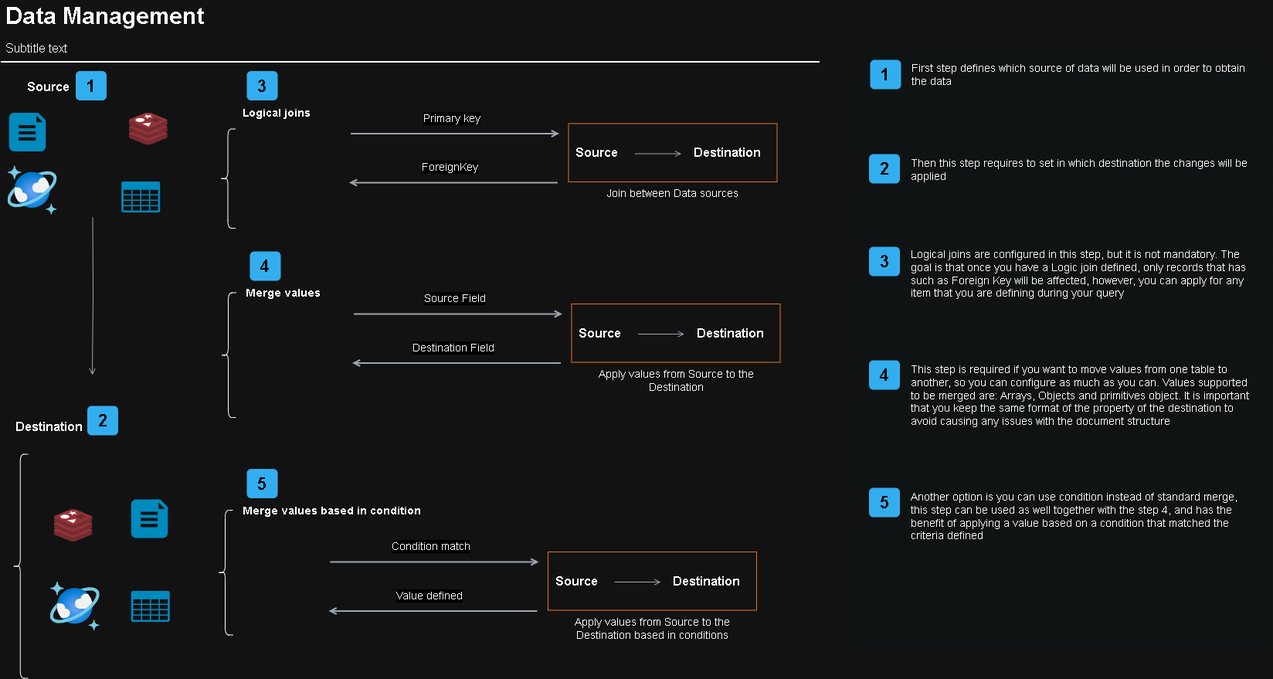
Before: diagram.png, a diagram exported from draw.io (AlexandreYembo/DataManager). Source tidied: cells renumbered, new cells last; positions are measured from the earlier drawing's top-left corner, leaving out a move shared by most shapes.
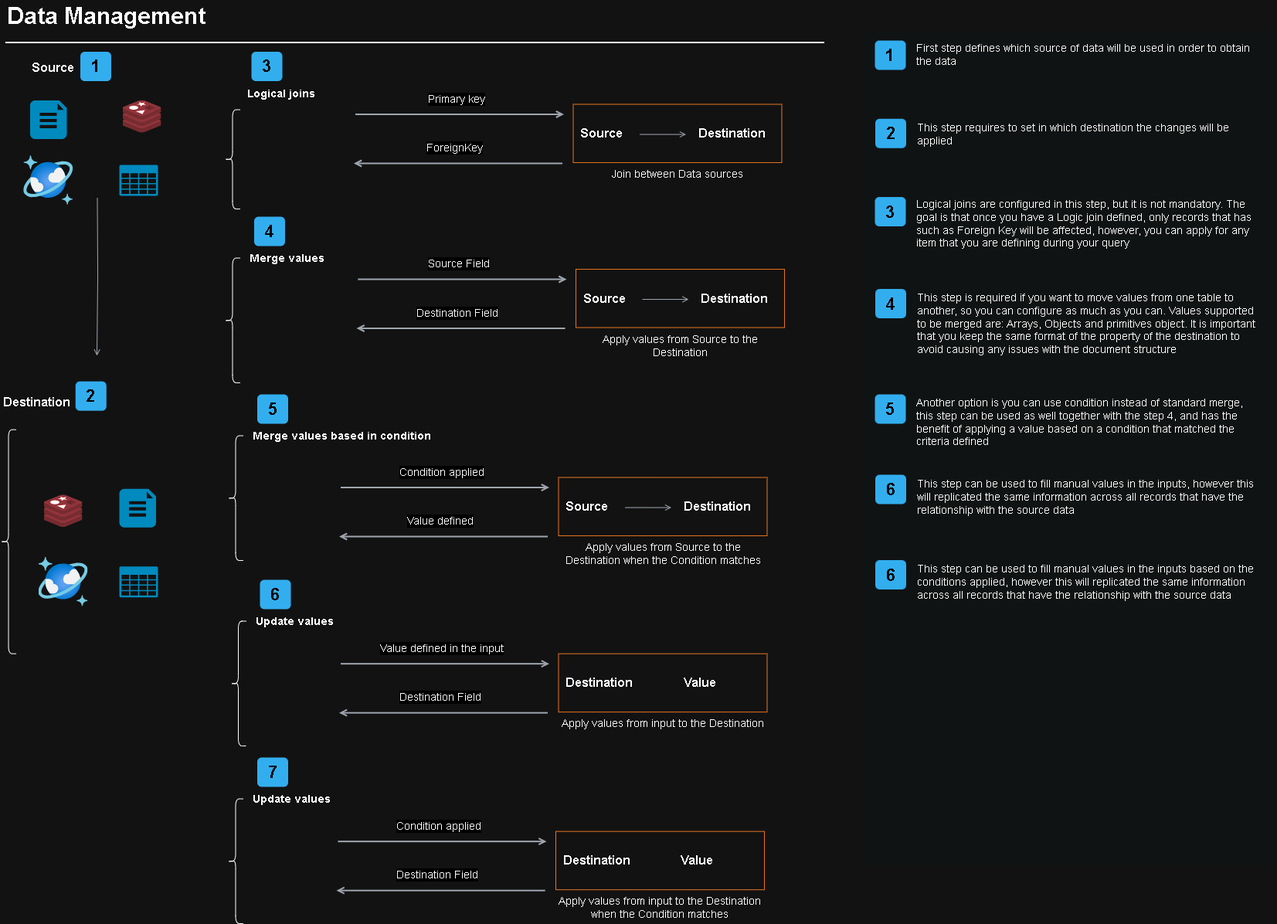
Above is the later version.

Diff of the diagram source:
```diff
@@ -20,7 +20,4 @@
     <mxCell id="7" value="Data Management" style="text;html=1;align=left;verticalAlign=top;spacingTop=-4;fontSize=30;fontStyle=1;" parent="1" vertex="1">
-      <mxGeometry x="4.5" y="0.5" width="280" height="40" as="geometry" />
+      <mxGeometry x="1" y="26" width="280" height="40" as="geometry" />
     </mxCell>
-    <mxCell id="8" value="Subtitle text&lt;br style=&quot;font-size: 16px&quot;&gt;" style="text;html=1;align=left;verticalAlign=top;spacingTop=-4;fontSize=16;" parent="1" vertex="1">
-      <mxGeometry x="4.5" y="50.5" width="100" height="20" as="geometry" />
-    </mxCell>
     <mxCell id="9" value="Source" style="text;html=1;align=left;verticalAlign=top;spacingTop=-4;fontSize=16;fontStyle=1;" parent="1" vertex="1">
@@ -56,6 +53,6 @@
     <mxCell id="16" value="Destination" style="text;html=1;align=left;verticalAlign=top;spacingTop=-4;fontSize=16;fontStyle=1;" parent="1" vertex="1">
-      <mxGeometry x="17.5" y="541" width="110" height="30" as="geometry" />
+      <mxGeometry x="-3.8" y="534.2" width="110" height="30" as="geometry" />
     </mxCell>
     <mxCell id="17" style="shape=curlyBracket;whiteSpace=wrap;html=1;rounded=1;fontSize=14;" parent="1" vertex="1">
-      <mxGeometry x="15.8" y="588.5" width="20" height="290" as="geometry" />
+      <mxGeometry x="-5.5" y="581.7" width="20" height="290" as="geometry" />
     </mxCell>
@@ -68,3 +65,3 @@
     <mxCell id="19" style="rounded=0;whiteSpace=wrap;html=1;fillColor=#EAEDED;fontSize=22;fontColor=#FFFFFF;strokeColor=none;labelBackgroundColor=none;" parent="1" vertex="1">
-      <mxGeometry x="1108" y="66" width="539" height="770" as="geometry" />
+      <mxGeometry x="1108" y="66" width="539" height="1080" as="geometry" />
     </mxCell>
@@ -74,9 +71,9 @@
     <mxCell id="21" value="2" style="rounded=1;whiteSpace=wrap;html=1;fillColor=#007CBD;strokeColor=none;fontColor=#FFFFFF;fontStyle=1;fontSize=22;labelBackgroundColor=none;" parent="1" vertex="1">
-      <mxGeometry x="1124.5" y="200" width="40" height="38" as="geometry" />
+      <mxGeometry x="1126.5" y="179.2" width="40" height="38" as="geometry" />
     </mxCell>
     <mxCell id="22" value="3" style="rounded=1;whiteSpace=wrap;html=1;fillColor=#007CBD;strokeColor=none;fontColor=#FFFFFF;fontStyle=1;fontSize=22;labelBackgroundColor=none;" parent="1" vertex="1">
-      <mxGeometry x="1124.5" y="320" width="40" height="38" as="geometry" />
+      <mxGeometry x="1126" y="280.5" width="40" height="38" as="geometry" />
     </mxCell>
     <mxCell id="23" value="4" style="rounded=1;whiteSpace=wrap;html=1;fillColor=#007CBD;strokeColor=none;fontColor=#FFFFFF;fontStyle=1;fontSize=22;labelBackgroundColor=none;" parent="1" vertex="1">
-      <mxGeometry x="1124.5" y="467" width="40" height="38" as="geometry" />
+      <mxGeometry x="1126.5" y="399.5" width="40" height="38" as="geometry" />
     </mxCell>
@@ -85,40 +82,40 @@
     </mxCell>
-    <mxCell id="25" value="&lt;span&gt;Then this step requires to set in which destination the changes will be applied&lt;/span&gt;" style="text;html=1;align=left;verticalAlign=top;spacingTop=-4;fontSize=14;labelBackgroundColor=none;whiteSpace=wrap;" parent="1" vertex="1">
-      <mxGeometry x="1176.5" y="200.5" width="450" height="34.5" as="geometry" />
+    <mxCell id="25" value="&lt;span&gt;This step requires to set in which destination the changes will be applied&lt;/span&gt;" style="text;html=1;align=left;verticalAlign=top;spacingTop=-4;fontSize=14;labelBackgroundColor=none;whiteSpace=wrap;" parent="1" vertex="1">
+      <mxGeometry x="1178.5" y="179.8" width="450" height="34.5" as="geometry" />
     </mxCell>
     <mxCell id="26" value="&lt;span&gt;Logical joins are configured in this step, but it is not mandatory. The goal is that once you have a Logic join defined, only records that has such as Foreign Key will be affected, however, you can apply for any item that you are defining during your query&lt;/span&gt;" style="text;html=1;align=left;verticalAlign=top;spacingTop=-4;fontSize=14;labelBackgroundColor=none;whiteSpace=wrap;" parent="1" vertex="1">
-      <mxGeometry x="1176.5" y="318.5" width="450" height="76.5" as="geometry" />
+      <mxGeometry x="1178" y="279" width="450" height="76.5" as="geometry" />
     </mxCell>
     <mxCell id="27" value="This step is required if you want to move values from one table to another, so you can configure as much as you can. Values supported to be merged are: Arrays, Objects and primitives object. It is important that you keep the same format of the property of the destination to avoid causing any issues with the document structure" style="text;html=1;align=left;verticalAlign=top;spacingTop=-4;fontSize=14;labelBackgroundColor=none;whiteSpace=wrap;" parent="1" vertex="1">
-      <mxGeometry x="1176.5" y="467.5" width="450" height="121" as="geometry" />
+      <mxGeometry x="1178.5" y="400" width="450" height="106" as="geometry" />
     </mxCell>
     <mxCell id="28" style="verticalLabelPosition=bottom;html=1;verticalAlign=top;align=center;strokeColor=none;fillColor=#00BEF2;shape=mxgraph.azure.file_2;" parent="1" vertex="1">
-      <mxGeometry x="11.2" y="146.5" width="47.5" height="50" as="geometry" />
+      <mxGeometry x="32.5" y="155.5" width="47.5" height="50" as="geometry" />
     </mxCell>
     <mxCell id="29" style="image;html=1;align=center;fontSize=12;image=img/lib/azure2/databases/Azure_Cosmos_DB.svg;" parent="1" vertex="1">
-      <mxGeometry x="9.5" y="215" width="64" height="64" as="geometry" />
+      <mxGeometry x="24.2" y="227" width="64" height="64" as="geometry" />
     </mxCell>
     <mxCell id="30" style="verticalLabelPosition=bottom;html=1;verticalAlign=top;align=center;strokeColor=none;fillColor=#00BEF2;shape=mxgraph.azure.storage;" parent="1" vertex="1">
-      <mxGeometry x="156.8" y="235.5" width="50" height="40" as="geometry" />
+      <mxGeometry x="148" y="239" width="50" height="40" as="geometry" />
     </mxCell>
     <mxCell id="31" style="image;sketch=0;html=1;align=center;fontSize=12;image=img/lib/mscae/Cache_Redis_Product.svg;" parent="1" vertex="1">
-      <mxGeometry x="166.8" y="146.5" width="50" height="42" as="geometry" />
+      <mxGeometry x="152.5" y="155.5" width="50" height="42" as="geometry" />
     </mxCell>
     <mxCell id="32" style="verticalLabelPosition=bottom;html=1;verticalAlign=top;align=center;strokeColor=none;fillColor=#00BEF2;shape=mxgraph.azure.file_2;" parent="1" vertex="1">
-      <mxGeometry x="169.2" y="647" width="47.5" height="50" as="geometry" />
+      <mxGeometry x="148" y="658.2" width="47.5" height="50" as="geometry" />
     </mxCell>
     <mxCell id="33" style="image;html=1;align=center;fontSize=12;image=img/lib/azure2/databases/Azure_Cosmos_DB.svg;" parent="1" vertex="1">
-      <mxGeometry x="64.8" y="753.5" width="64" height="64" as="geometry" />
+      <mxGeometry x="43.5" y="746.7" width="64" height="64" as="geometry" />
     </mxCell>
     <mxCell id="34" style="verticalLabelPosition=bottom;html=1;verticalAlign=top;align=center;strokeColor=none;fillColor=#00BEF2;shape=mxgraph.azure.storage;" parent="1" vertex="1">
-      <mxGeometry x="169.2" y="765.5" width="50" height="40" as="geometry" />
+      <mxGeometry x="148" y="758.7" width="50" height="40" as="geometry" />
     </mxCell>
     <mxCell id="35" style="image;sketch=0;html=1;align=center;fontSize=12;image=img/lib/mscae/Cache_Redis_Product.svg;" parent="1" vertex="1">
-      <mxGeometry x="69.5" y="660" width="50" height="42" as="geometry" />
+      <mxGeometry x="50.5" y="666.2" width="50" height="42" as="geometry" />
     </mxCell>
     <mxCell id="36" value="2" style="rounded=1;whiteSpace=wrap;html=1;fillColor=#007CBD;strokeColor=none;fontColor=#FFFFFF;fontStyle=1;fontSize=22;" parent="1" vertex="1">
-      <mxGeometry x="112.5" y="526" width="40" height="38" as="geometry" />
+      <mxGeometry x="91.2" y="519.2" width="40" height="38" as="geometry" />
     </mxCell>
     <mxCell id="37" value="Apply values from Source to the Destination" style="whiteSpace=wrap;html=1;fillColor=none;fontSize=14;fontColor=#000000;dashed=0;fontStyle=0;align=center;verticalAlign=top;strokeColor=#D86613;gradientColor=none;spacingLeft=0;labelPosition=center;verticalLabelPosition=bottom;" parent="1" vertex="1">
-      <mxGeometry x="739.5" y="394" width="270" height="75.5" as="geometry" />
+      <mxGeometry x="739" y="374" width="270" height="75.5" as="geometry" />
     </mxCell>
@@ -131,9 +128,9 @@
     <mxCell id="40" value="4" style="rounded=1;whiteSpace=wrap;html=1;fillColor=#007CBD;strokeColor=none;fontColor=#FFFFFF;fontStyle=1;fontSize=22;" parent="1" vertex="1">
-      <mxGeometry x="323" y="326" width="40" height="38" as="geometry" />
+      <mxGeometry x="322.5" y="306" width="40" height="38" as="geometry" />
     </mxCell>
     <mxCell id="41" value="&lt;span&gt;Merge values&lt;/span&gt;" style="text;html=1;align=left;verticalAlign=top;spacingTop=-4;fontSize=14;fontStyle=1;" parent="1" vertex="1">
-      <mxGeometry x="315.5" y="369" width="110" height="20" as="geometry" />
+      <mxGeometry x="315" y="349" width="110" height="20" as="geometry" />
     </mxCell>
     <mxCell id="42" style="shape=curlyBracket;whiteSpace=wrap;html=1;rounded=1;fontSize=14;" parent="1" vertex="1">
-      <mxGeometry x="285" y="379.5" width="20" height="161.5" as="geometry" />
+      <mxGeometry x="284.5" y="359.5" width="20" height="161.5" as="geometry" />
     </mxCell>
@@ -141,4 +138,4 @@
       <mxGeometry x="-0.04" y="20" relative="1" as="geometry">
-        <mxPoint x="457.5" y="407" as="sourcePoint" />
-        <mxPoint x="727.5" y="407" as="targetPoint" />
+        <mxPoint x="457" y="387" as="sourcePoint" />
+        <mxPoint x="727" y="387" as="targetPoint" />
       </mxGeometry>
@@ -147,4 +144,4 @@
       <mxGeometry x="-0.04" y="20" relative="1" as="geometry">
-        <mxPoint x="455.5" y="470.5" as="sourcePoint" />
-        <mxPoint x="725.5" y="470.5" as="targetPoint" />
+        <mxPoint x="455" y="450.5" as="sourcePoint" />
+        <mxPoint x="725" y="450.5" as="targetPoint" />
       </mxGeometry>
@@ -153,8 +150,8 @@
       <mxGeometry relative="1" as="geometry">
-        <mxPoint x="825.5" y="433" as="sourcePoint" />
-        <mxPoint x="885.5" y="433" as="targetPoint" />
+        <mxPoint x="825" y="413" as="sourcePoint" />
+        <mxPoint x="885" y="413" as="targetPoint" />
       </mxGeometry>
     </mxCell>
-    <mxCell id="46" value="Apply values from Source to the Destination based in conditions" style="whiteSpace=wrap;html=1;fillColor=none;fontSize=14;fontColor=#000000;dashed=0;fontStyle=0;align=center;verticalAlign=top;strokeColor=#D86613;gradientColor=none;spacingLeft=0;labelPosition=center;verticalLabelPosition=bottom;" parent="1" vertex="1">
-      <mxGeometry x="709" y="715" width="270" height="75.5" as="geometry" />
+    <mxCell id="46" value="Apply values from Source to the Destination when the Condition matches" style="whiteSpace=wrap;html=1;fillColor=none;fontSize=14;fontColor=#000000;dashed=0;fontStyle=0;align=center;verticalAlign=top;strokeColor=#D86613;gradientColor=none;spacingLeft=0;labelPosition=center;verticalLabelPosition=bottom;" parent="1" vertex="1">
+      <mxGeometry x="716.5" y="643.5" width="270" height="75.5" as="geometry" />
     </mxCell>
@@ -167,14 +164,14 @@
     <mxCell id="49" value="5" style="rounded=1;whiteSpace=wrap;html=1;fillColor=#007CBD;strokeColor=none;fontColor=#FFFFFF;fontStyle=1;fontSize=22;" parent="1" vertex="1">
-      <mxGeometry x="319" y="607.5" width="40" height="38" as="geometry" />
+      <mxGeometry x="326.5" y="536" width="40" height="38" as="geometry" />
     </mxCell>
     <mxCell id="50" value="&lt;span&gt;Merge values based in condition&lt;/span&gt;" style="text;html=1;align=left;verticalAlign=top;spacingTop=-4;fontSize=14;fontStyle=1;" parent="1" vertex="1">
-      <mxGeometry x="311.5" y="650.5" width="240" height="20" as="geometry" />
+      <mxGeometry x="319" y="579" width="240" height="20" as="geometry" />
     </mxCell>
     <mxCell id="51" style="shape=curlyBracket;whiteSpace=wrap;html=1;rounded=1;fontSize=14;" parent="1" vertex="1">
-      <mxGeometry x="281" y="661" width="20" height="161.5" as="geometry" />
+      <mxGeometry x="288.5" y="589.5" width="20" height="161.5" as="geometry" />
     </mxCell>
-    <mxCell id="52" value="Condition match" style="edgeStyle=orthogonalEdgeStyle;html=1;endArrow=open;elbow=vertical;startArrow=none;endFill=0;strokeColor=#545B64;rounded=0;fontSize=14;strokeWidth=2;" parent="1" edge="1">
+    <mxCell id="52" value="Condition applied" style="edgeStyle=orthogonalEdgeStyle;html=1;endArrow=open;elbow=vertical;startArrow=none;endFill=0;strokeColor=#545B64;rounded=0;fontSize=14;strokeWidth=2;" parent="1" edge="1">
       <mxGeometry x="-0.04" y="20" relative="1" as="geometry">
-        <mxPoint x="427" y="728" as="sourcePoint" />
-        <mxPoint x="697" y="728" as="targetPoint" />
+        <mxPoint x="434.5" y="656.5" as="sourcePoint" />
+        <mxPoint x="704.5" y="656.5" as="targetPoint" />
       </mxGeometry>
@@ -183,4 +180,4 @@
       <mxGeometry x="-0.04" y="20" relative="1" as="geometry">
-        <mxPoint x="425" y="791.5" as="sourcePoint" />
-        <mxPoint x="695" y="791.5" as="targetPoint" />
+        <mxPoint x="432.5" y="720" as="sourcePoint" />
+        <mxPoint x="702.5" y="720" as="targetPoint" />
       </mxGeometry>
@@ -189,4 +186,4 @@
       <mxGeometry relative="1" as="geometry">
-        <mxPoint x="795" y="754" as="sourcePoint" />
-        <mxPoint x="855" y="754" as="targetPoint" />
+        <mxPoint x="802.5" y="682.5" as="sourcePoint" />
+        <mxPoint x="862.5" y="682.5" as="targetPoint" />
       </mxGeometry>
@@ -194,7 +191,79 @@
     <mxCell id="55" value="5" style="rounded=1;whiteSpace=wrap;html=1;fillColor=#007CBD;strokeColor=none;fontColor=#FFFFFF;fontStyle=1;fontSize=22;labelBackgroundColor=none;" parent="1" vertex="1">
-      <mxGeometry x="1124.5" y="632" width="40" height="38" as="geometry" />
+      <mxGeometry x="1126" y="536" width="40" height="38" as="geometry" />
     </mxCell>
     <mxCell id="56" value="Another option is you can use condition instead of standard merge, this step can be used as well together with the step 4, and has the benefit of applying a value based on a condition that matched the criteria defined" style="text;html=1;align=left;verticalAlign=top;spacingTop=-4;fontSize=14;labelBackgroundColor=none;whiteSpace=wrap;" parent="1" vertex="1">
-      <mxGeometry x="1176.5" y="632.5" width="450" height="121" as="geometry" />
+      <mxGeometry x="1178" y="536.5" width="450" height="69.5" as="geometry" />
     </mxCell>
+    <mxCell id="57" value="6" style="rounded=1;whiteSpace=wrap;html=1;fillColor=#007CBD;strokeColor=none;fontColor=#FFFFFF;fontStyle=1;fontSize=22;" parent="1" vertex="1">
+      <mxGeometry x="330" y="776" width="40" height="38" as="geometry" />
+    </mxCell>
+    <mxCell id="58" value="&lt;span&gt;Update values&lt;/span&gt;" style="text;html=1;align=left;verticalAlign=top;spacingTop=-4;fontSize=14;fontStyle=1;" parent="1" vertex="1">
+      <mxGeometry x="322.5" y="819" width="120" height="20" as="geometry" />
+    </mxCell>
+    <mxCell id="59" style="shape=curlyBracket;whiteSpace=wrap;html=1;rounded=1;fontSize=14;" parent="1" vertex="1">
+      <mxGeometry x="292" y="829.5" width="20" height="161.5" as="geometry" />
+    </mxCell>
+    <mxCell id="60" value="Apply values from input to the Destination" style="whiteSpace=wrap;html=1;fillColor=none;fontSize=14;fontColor=#000000;dashed=0;fontStyle=0;align=center;verticalAlign=top;strokeColor=#D86613;gradientColor=none;spacingLeft=0;labelPosition=center;verticalLabelPosition=bottom;" parent="1" vertex="1">
+      <mxGeometry x="716.5" y="871.7" width="270" height="75.5" as="geometry" />
+    </mxCell>
+    <mxCell id="61" value="Destination" style="text;html=1;align=left;verticalAlign=top;spacingTop=-4;fontSize=16;fontStyle=1;" parent="60" vertex="1">
+      <mxGeometry x="7.5" y="25.5" width="110" height="30" as="geometry" />
+    </mxCell>
+    <mxCell id="62" value="Value" style="text;html=1;align=left;verticalAlign=top;spacingTop=-4;fontSize=16;fontStyle=1;" parent="60" vertex="1">
+      <mxGeometry x="160" y="25.5" width="70" height="30" as="geometry" />
+    </mxCell>
+    <mxCell id="63" value="&lt;span&gt;Value defined in the input&lt;/span&gt;" style="edgeStyle=orthogonalEdgeStyle;html=1;endArrow=open;elbow=vertical;startArrow=none;endFill=0;strokeColor=#545B64;rounded=0;fontSize=14;strokeWidth=2;" parent="1" edge="1">
+      <mxGeometry x="-0.04" y="20" relative="1" as="geometry">
+        <mxPoint x="434.5" y="884.7" as="sourcePoint" />
+        <mxPoint x="704.5" y="884.7" as="targetPoint" />
+      </mxGeometry>
+    </mxCell>
+    <mxCell id="64" value="&lt;span&gt;Destination Field&lt;/span&gt;" style="edgeStyle=orthogonalEdgeStyle;html=1;endArrow=none;elbow=vertical;startArrow=open;endFill=0;strokeColor=#545B64;rounded=0;fontSize=14;strokeWidth=2;startFill=0;" parent="1" edge="1">
+      <mxGeometry x="-0.04" y="20" relative="1" as="geometry">
+        <mxPoint x="432.5" y="948.2" as="sourcePoint" />
+        <mxPoint x="702.5" y="948.2" as="targetPoint" />
+      </mxGeometry>
+    </mxCell>
+    <mxCell id="65" value="7" style="rounded=1;whiteSpace=wrap;html=1;fillColor=#007CBD;strokeColor=none;fontColor=#FFFFFF;fontStyle=1;fontSize=22;" parent="1" vertex="1">
+      <mxGeometry x="326.5" y="1006" width="40" height="38" as="geometry" />
+    </mxCell>
+    <mxCell id="66" value="&lt;span&gt;Update values&lt;/span&gt;" style="text;html=1;align=left;verticalAlign=top;spacingTop=-4;fontSize=14;fontStyle=1;" parent="1" vertex="1">
+      <mxGeometry x="319" y="1049" width="120" height="20" as="geometry" />
+    </mxCell>
+    <mxCell id="67" style="shape=curlyBracket;whiteSpace=wrap;html=1;rounded=1;fontSize=14;" parent="1" vertex="1">
+      <mxGeometry x="288.5" y="1059.5" width="20" height="161.5" as="geometry" />
+    </mxCell>
+    <mxCell id="68" value="Apply values from input to the Destination when the Condition matches" style="whiteSpace=wrap;html=1;fillColor=none;fontSize=14;fontColor=#000000;dashed=0;fontStyle=0;align=center;verticalAlign=top;strokeColor=#D86613;gradientColor=none;spacingLeft=0;labelPosition=center;verticalLabelPosition=bottom;" parent="1" vertex="1">
+      <mxGeometry x="713" y="1101.7" width="270" height="75.5" as="geometry" />
+    </mxCell>
+    <mxCell id="69" value="Destination" style="text;html=1;align=left;verticalAlign=top;spacingTop=-4;fontSize=16;fontStyle=1;" parent="68" vertex="1">
+      <mxGeometry x="7.5" y="25.5" width="110" height="30" as="geometry" />
+    </mxCell>
+    <mxCell id="70" value="Value" style="text;html=1;align=left;verticalAlign=top;spacingTop=-4;fontSize=16;fontStyle=1;" parent="68" vertex="1">
+      <mxGeometry x="160" y="25.5" width="70" height="30" as="geometry" />
+    </mxCell>
+    <mxCell id="71" value="Condition applied" style="edgeStyle=orthogonalEdgeStyle;html=1;endArrow=open;elbow=vertical;startArrow=none;endFill=0;strokeColor=#545B64;rounded=0;fontSize=14;strokeWidth=2;" parent="1" edge="1">
+      <mxGeometry x="-0.04" y="20" relative="1" as="geometry">
+        <mxPoint x="431" y="1114.7" as="sourcePoint" />
+        <mxPoint x="701" y="1114.7" as="targetPoint" />
+      </mxGeometry>
+    </mxCell>
+    <mxCell id="72" value="&lt;span&gt;Destination Field&lt;/span&gt;" style="edgeStyle=orthogonalEdgeStyle;html=1;endArrow=none;elbow=vertical;startArrow=open;endFill=0;strokeColor=#545B64;rounded=0;fontSize=14;strokeWidth=2;startFill=0;" parent="1" edge="1">
+      <mxGeometry x="-0.04" y="20" relative="1" as="geometry">
+        <mxPoint x="429" y="1178.2" as="sourcePoint" />
+        <mxPoint x="699" y="1178.2" as="targetPoint" />
+      </mxGeometry>
+    </mxCell>
+    <mxCell id="73" value="6" style="rounded=1;whiteSpace=wrap;html=1;fillColor=#007CBD;strokeColor=none;fontColor=#FFFFFF;fontStyle=1;fontSize=22;labelBackgroundColor=none;" parent="1" vertex="1">
+      <mxGeometry x="1126.5" y="640" width="40" height="38" as="geometry" />
+    </mxCell>
+    <mxCell id="74" value="This step can be used to fill manual values in the inputs, however this will replicated the same information across all records that have the relationship with the source data" style="text;html=1;align=left;verticalAlign=top;spacingTop=-4;fontSize=14;labelBackgroundColor=none;whiteSpace=wrap;" parent="1" vertex="1">
+      <mxGeometry x="1178.5" y="640.5" width="450" height="69.5" as="geometry" />
+    </mxCell>
+    <mxCell id="75" value="6" style="rounded=1;whiteSpace=wrap;html=1;fillColor=#007CBD;strokeColor=none;fontColor=#FFFFFF;fontStyle=1;fontSize=22;labelBackgroundColor=none;" parent="1" vertex="1">
+      <mxGeometry x="1126.5" y="750.5" width="40" height="38" as="geometry" />
+    </mxCell>
+    <mxCell id="76" value="This step can be used to fill manual values in the inputs based on the conditions applied, however this will replicated the same information across all records that have the relationship with the source data" style="text;html=1;align=left;verticalAlign=top;spacingTop=-4;fontSize=14;labelBackgroundColor=none;whiteSpace=wrap;" parent="1" vertex="1">
+      <mxGeometry x="1178.5" y="751" width="450" height="69.5" as="geometry" />
+    </mxCell>
   </root>
```
